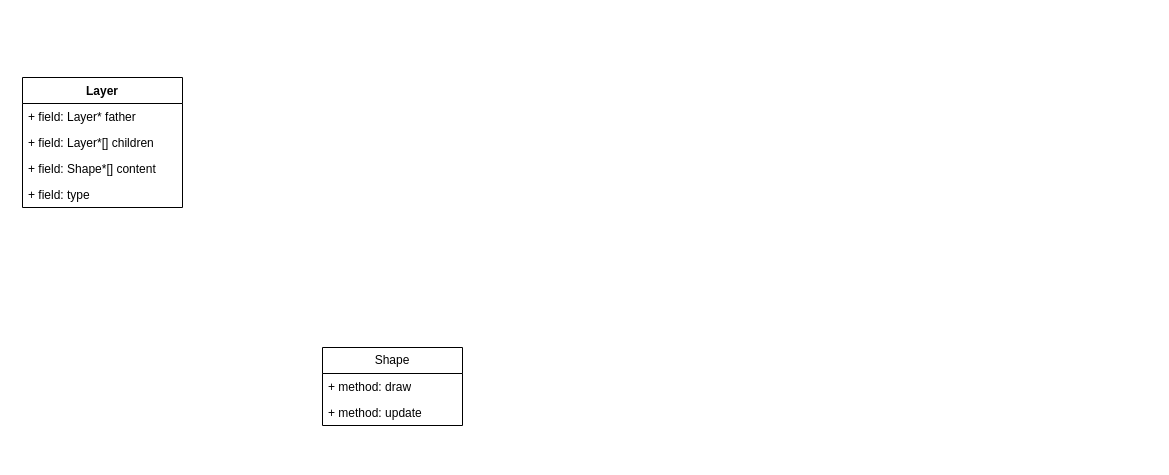
A1Minx/DAvinCi keeps this draw.io diagram as docs/Architecture/Shape Structure.drawio. Above is the earlier version. Source tidied: cells renumbered, new cells numbered last; positions are measured from the earlier drawing's top-left corner, leaving out a move shared by most shapes. Both pictures are drawn from the tidied source at 100%, with x=0, y=0 at pixel (22, 77).
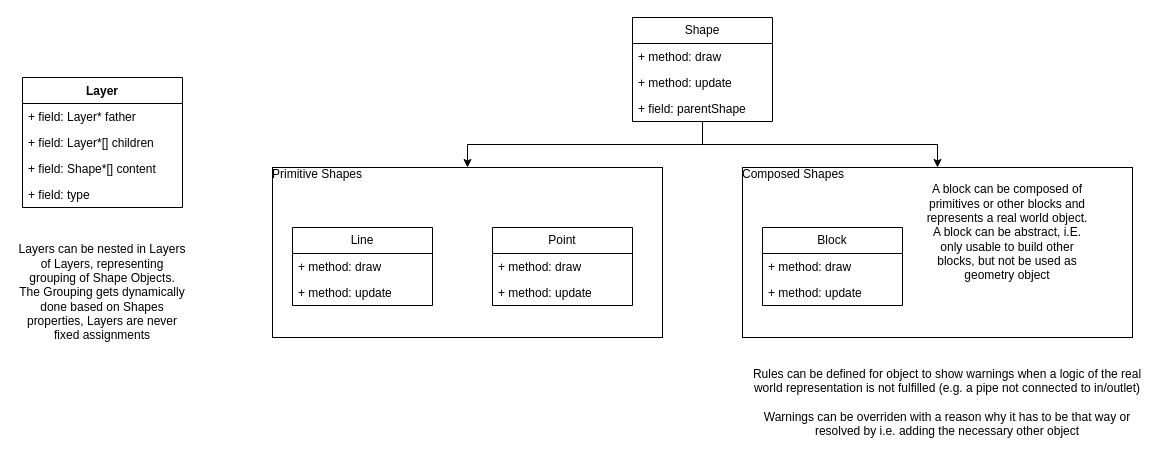
The same page after the edit.

Diff of the diagram source:
```diff
@@
+    <mxCell id="11" value="&lt;div&gt;Primitive Shapes&lt;/div&gt;&lt;div&gt;&lt;br&gt;&lt;/div&gt;" style="verticalAlign=top;align=left;overflow=fill;html=1;whiteSpace=wrap;" parent="1" vertex="1">
+      <mxGeometry x="250" y="90" width="390" height="170" as="geometry" />
+    </mxCell>
@@
+    <mxCell id="12" style="edgeStyle=orthogonalEdgeStyle;rounded=0;jettySize=auto;html=1;exitX=0.5;exitY=1;exitDx=0;exitDy=0;" parent="1" edge="1" source="7" target="11">
+      <mxGeometry relative="1" as="geometry" />
+    </mxCell>
+    <mxCell id="13" style="edgeStyle=orthogonalEdgeStyle;rounded=0;jettySize=auto;html=1;exitX=0.5;exitY=1;exitDx=0;exitDy=0;entryX=0.5;entryY=0;entryDx=0;entryDy=0;" parent="1" edge="1" source="7" target="21">
+      <mxGeometry relative="1" as="geometry" />
+    </mxCell>
     <mxCell id="7" value="Shape" style="swimlane;fontStyle=0;horizontal=1;startSize=26;fillColor=none;whiteSpace=wrap;html=1;" parent="1" vertex="1">
-      <mxGeometry x="300" y="270" width="140" height="78" as="geometry" />
+      <mxGeometry x="610" y="-60" width="140" height="104" as="geometry" />
     </mxCell>
@@
+    <mxCell id="14" value="+ field: parentShape" style="text;strokeColor=none;fillColor=none;align=left;verticalAlign=top;spacingLeft=4;spacingRight=4;overflow=hidden;whiteSpace=wrap;html=1;" parent="7" vertex="1">
+      <mxGeometry y="78" width="140" height="26" as="geometry" />
+    </mxCell>
@@
+    <mxCell id="15" value="Line" style="swimlane;fontStyle=0;horizontal=1;startSize=26;fillColor=none;whiteSpace=wrap;html=1;" parent="1" vertex="1">
+      <mxGeometry x="270" y="150" width="140" height="78" as="geometry" />
+    </mxCell>
+    <mxCell id="16" value="+ method: draw" style="text;strokeColor=none;fillColor=none;align=left;verticalAlign=top;spacingLeft=4;spacingRight=4;overflow=hidden;whiteSpace=wrap;html=1;" parent="15" vertex="1">
+      <mxGeometry y="26" width="140" height="26" as="geometry" />
+    </mxCell>
+    <mxCell id="17" value="+ method: update" style="text;strokeColor=none;fillColor=none;align=left;verticalAlign=top;spacingLeft=4;spacingRight=4;overflow=hidden;whiteSpace=wrap;html=1;" parent="15" vertex="1">
+      <mxGeometry y="52" width="140" height="26" as="geometry" />
+    </mxCell>
+    <mxCell id="18" value="Point" style="swimlane;fontStyle=0;horizontal=1;startSize=26;fillColor=none;whiteSpace=wrap;html=1;" parent="1" vertex="1">
+      <mxGeometry x="470" y="150" width="140" height="78" as="geometry" />
+    </mxCell>
+    <mxCell id="19" value="+ method: draw" style="text;strokeColor=none;fillColor=none;align=left;verticalAlign=top;spacingLeft=4;spacingRight=4;overflow=hidden;whiteSpace=wrap;html=1;" parent="18" vertex="1">
+      <mxGeometry y="26" width="140" height="26" as="geometry" />
+    </mxCell>
+    <mxCell id="20" value="+ method: update" style="text;strokeColor=none;fillColor=none;align=left;verticalAlign=top;spacingLeft=4;spacingRight=4;overflow=hidden;whiteSpace=wrap;html=1;" parent="18" vertex="1">
+      <mxGeometry y="52" width="140" height="26" as="geometry" />
+    </mxCell>
+    <mxCell id="21" value="&lt;div&gt;Composed Shapes&lt;/div&gt;&lt;div&gt;&lt;br&gt;&lt;/div&gt;" style="verticalAlign=top;align=left;overflow=fill;html=1;whiteSpace=wrap;" parent="1" vertex="1">
+      <mxGeometry x="720" y="90" width="390" height="170" as="geometry" />
+    </mxCell>
+    <mxCell id="22" value="Block" style="swimlane;fontStyle=0;horizontal=1;startSize=26;fillColor=none;whiteSpace=wrap;html=1;" parent="1" vertex="1">
+      <mxGeometry x="740" y="150" width="140" height="78" as="geometry" />
+    </mxCell>
+    <mxCell id="23" value="+ method: draw" style="text;strokeColor=none;fillColor=none;align=left;verticalAlign=top;spacingLeft=4;spacingRight=4;overflow=hidden;whiteSpace=wrap;html=1;" parent="22" vertex="1">
+      <mxGeometry y="26" width="140" height="26" as="geometry" />
+    </mxCell>
+    <mxCell id="24" value="+ method: update" style="text;strokeColor=none;fillColor=none;align=left;verticalAlign=top;spacingLeft=4;spacingRight=4;overflow=hidden;whiteSpace=wrap;html=1;" parent="22" vertex="1">
+      <mxGeometry y="52" width="140" height="26" as="geometry" />
+    </mxCell>
+    <mxCell id="25" value="A block can be composed of primitives or other blocks and represents a real world object. A block can be abstract, i.E. only usable to build other blocks, but not be used as geometry object" style="text;html=1;align=center;verticalAlign=middle;whiteSpace=wrap;rounded=0;" parent="1" vertex="1">
+      <mxGeometry x="900" y="100" width="170" height="110" as="geometry" />
+    </mxCell>
+    <mxCell id="26" value="Layers can be nested in Layers of Layers, representing grouping of Shape Objects. The Grouping gets dynamically done based on Shapes properties, Layers are never fixed assignments" style="text;html=1;align=center;verticalAlign=middle;whiteSpace=wrap;rounded=0;" parent="1" vertex="1">
+      <mxGeometry x="-5" y="160" width="170" height="110" as="geometry" />
+    </mxCell>
+    <mxCell id="27" value="&lt;div&gt;Rules can be defined for object to show warnings when a logic of the real world representation is not fulfilled (e.g. a pipe not connected to in/outlet)&lt;/div&gt;&lt;div&gt;&lt;br&gt;&lt;/div&gt;&lt;div&gt;Warnings can be overriden with a reason why it has to be that way or resolved by i.e. adding the necessary other object&lt;/div&gt;" style="text;html=1;align=center;verticalAlign=middle;whiteSpace=wrap;rounded=0;" parent="1" vertex="1">
+      <mxGeometry x="720" y="270" width="410" height="110" as="geometry" />
+    </mxCell>
```
